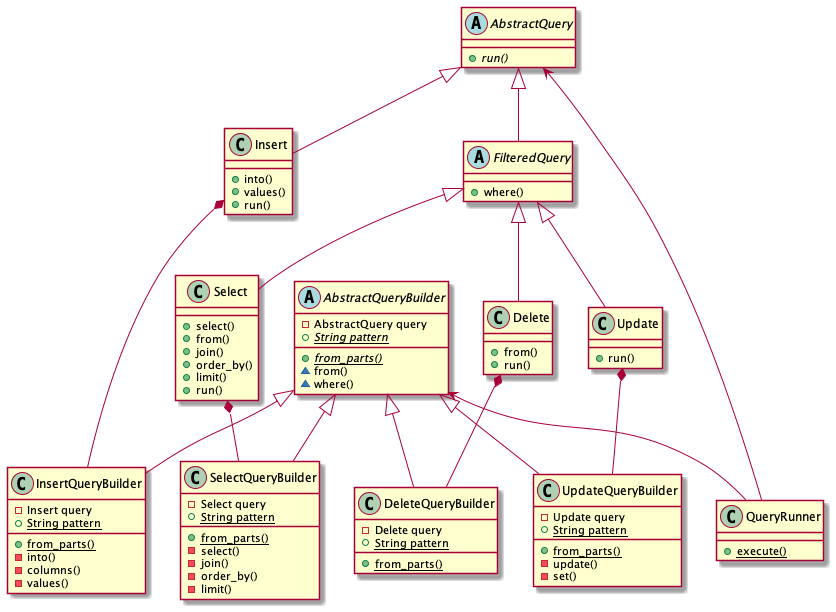
This is diagrams/class.png from ibeauregard/sqlite, a PlantUML export, as it was before one commit. Source of this version:
```plantuml
@startuml

abstract class AbstractQuery {
    {abstract} + run()
}

abstract class FilteredQuery {
    + where()
}

class Select {
    + select()
    + from()
    + join()
    + order_by()
    + limit()
    + run()
}

class Update {
    + run()
}

class Delete {
    + from()
    + run()
}

class Insert {
    + into()
    + values()
    + run()
}

abstract class AbstractQueryBuilder {
    - AbstractQuery query
    + {abstract} {static} String pattern
    + {abstract} {static} from_parts()
    ~ from()
    ~ where()
}

class SelectQueryBuilder {
    - Select query
    + {static} String pattern
    + {static} from_parts()
    - select()
    - join()
    - order_by()
    - limit()
}

class UpdateQueryBuilder {
    - Update query
    + {static} String pattern
    + {static} from_parts()
    - update()
    - set()
}

class DeleteQueryBuilder {
    - Delete query
    + {static} String pattern
    + {static} from_parts()
}

class InsertQueryBuilder {
    - Insert query
    + {static} String pattern
    + {static} from_parts()
    - into()
    - columns()
    - values()
}

class QueryRunner {
    + {static} execute()
}

FilteredQuery -up-|> AbstractQuery
Select -up-|> FilteredQuery
Update -up-|> FilteredQuery
Delete -up-|> FilteredQuery
Insert -up-|> AbstractQuery
SelectQueryBuilder -up-* Select
UpdateQueryBuilder -up-* Update
DeleteQueryBuilder -up-* Delete
InsertQueryBuilder -up-* Insert
SelectQueryBuilder -up-|> AbstractQueryBuilder
UpdateQueryBuilder -up-|> AbstractQueryBuilder
DeleteQueryBuilder -up-|> AbstractQueryBuilder
InsertQueryBuilder -up-|> AbstractQueryBuilder
QueryRunner -up-> AbstractQueryBuilder
QueryRunner -up-> AbstractQuery

@enduml
```
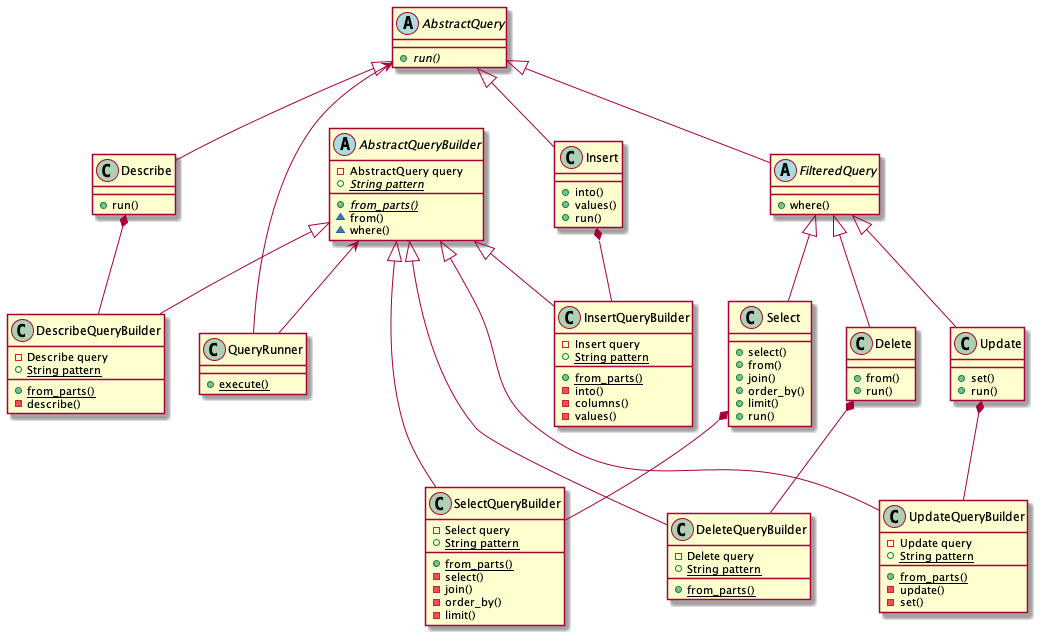
The same file after the commit.

Commit message:
Add the DESCRIBE query

The edit, as a diff of the source:
```diff
@@ -6,6 +6,10 @@
 
 abstract class FilteredQuery {
     + where()
+}
+
+class Describe {
+    + run()
 }
 
 class Select {
@@ -18,6 +22,7 @@
 }
 
 class Update {
+    + set()
     + run()
 }
 
@@ -38,6 +43,13 @@
     + {abstract} {static} from_parts()
     ~ from()
     ~ where()
+}
+
+class DescribeQueryBuilder {
+    - Describe query
+    + {static} String pattern
+    + {static} from_parts()
+    - describe()
 }
 
 class SelectQueryBuilder {
@@ -78,14 +90,17 @@
 }
 
 FilteredQuery -up-|> AbstractQuery
+Describe -up-|> AbstractQuery
 Select -up-|> FilteredQuery
 Update -up-|> FilteredQuery
 Delete -up-|> FilteredQuery
 Insert -up-|> AbstractQuery
+DescribeQueryBuilder -up-* Describe
 SelectQueryBuilder -up-* Select
 UpdateQueryBuilder -up-* Update
 DeleteQueryBuilder -up-* Delete
 InsertQueryBuilder -up-* Insert
+DescribeQueryBuilder -up-|> AbstractQueryBuilder
 SelectQueryBuilder -up-|> AbstractQueryBuilder
 UpdateQueryBuilder -up-|> AbstractQueryBuilder
 DeleteQueryBuilder -up-|> AbstractQueryBuilder
```
